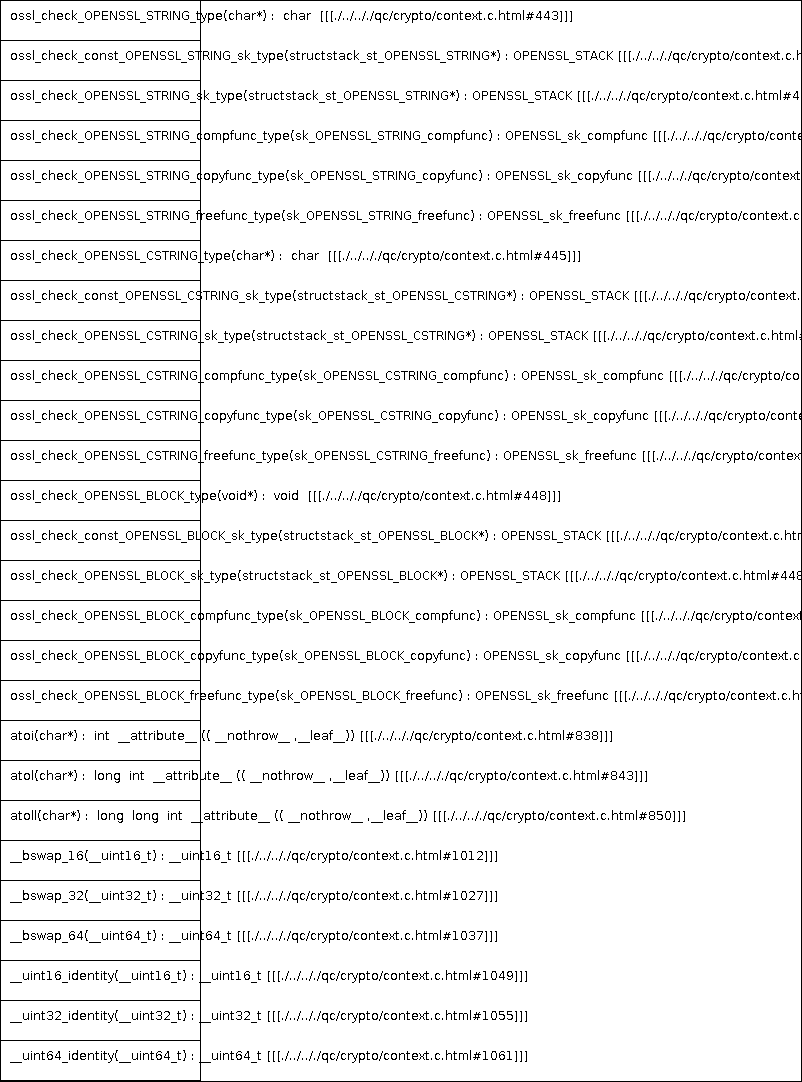
Above: docs/qc/crypto/context.c.png in qualitesys/openssl (PlantUML), before the change. Its source is kept beside it as docs/qc/crypto/context.c.puml.
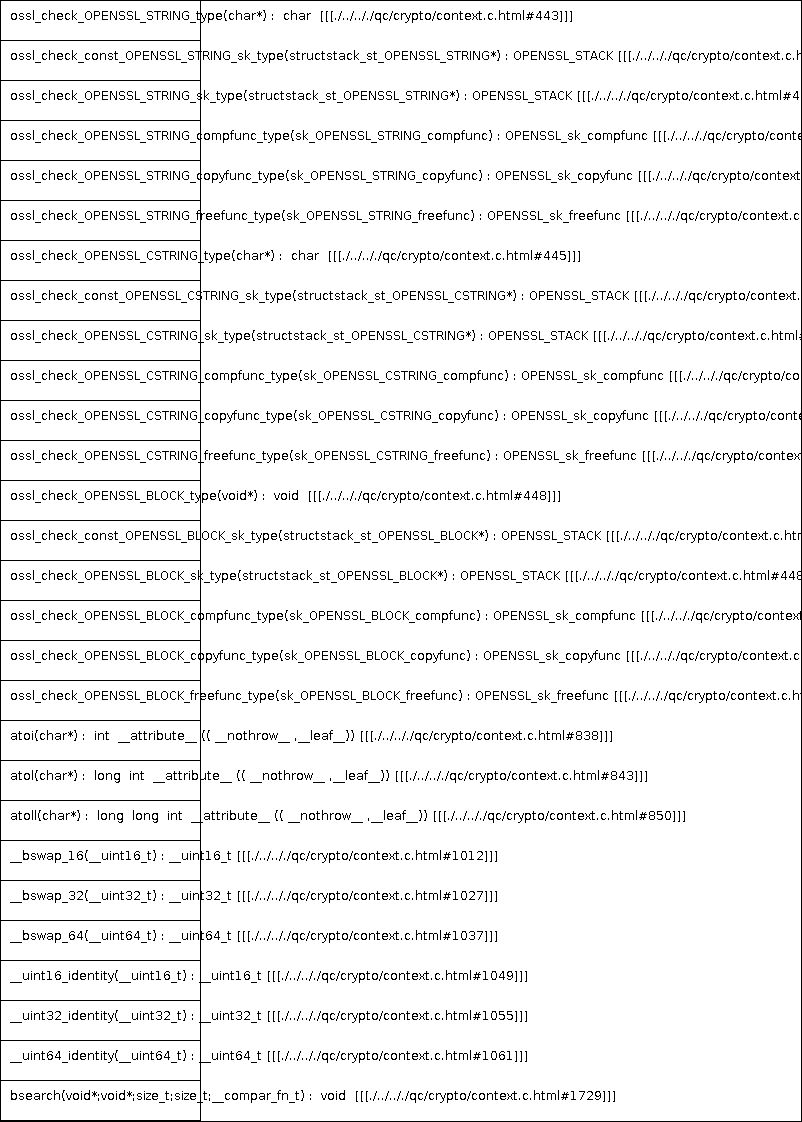
After the change.

Diff of the diagram source:
```diff
@@ -28,5 +28,6 @@
 __uint16_identity(__uint16_t) : __uint16_t [[[./../.././qc/crypto/context.c.html#1049]]]
 __uint32_identity(__uint32_t) : __uint32_t [[[./../.././qc/crypto/context.c.html#1055]]]
 __uint64_identity(__uint64_t) : __uint64_t [[[./../.././qc/crypto/context.c.html#1061]]]
+bsearch(void*;void*;size_t;size_t;__compar_fn_t) :  void  [[[./../.././qc/crypto/context.c.html#1729]]]
 }
 @enduml
```
